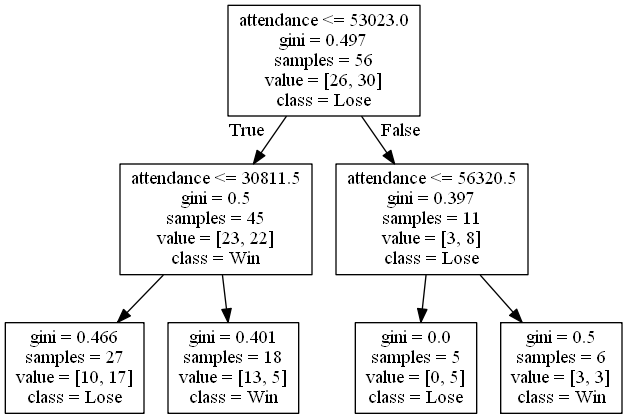
alexana-steck/CSE482Project keeps this Graphviz diagram as DecisionTrees/decision_tree_no_score0.png. Above is the earlier version. Its source is kept beside it as DecisionTrees/decision_tree_no_score0.dot. Source of this version:
```dot
digraph Tree {
node [shape=box] ;
0 [label="attendance <= 53023.0\ngini = 0.497\nsamples = 56\nvalue = [26, 30]\nclass = Lose"] ;
1 [label="attendance <= 30811.5\ngini = 0.5\nsamples = 45\nvalue = [23, 22]\nclass = Win"] ;
0 -> 1 [labeldistance=2.5, labelangle=45, headlabel="True"] ;
2 [label="gini = 0.466\nsamples = 27\nvalue = [10, 17]\nclass = Lose"] ;
1 -> 2 ;
3 [label="gini = 0.401\nsamples = 18\nvalue = [13, 5]\nclass = Win"] ;
1 -> 3 ;
4 [label="attendance <= 56320.5\ngini = 0.397\nsamples = 11\nvalue = [3, 8]\nclass = Lose"] ;
0 -> 4 [labeldistance=2.5, labelangle=-45, headlabel="False"] ;
5 [label="gini = 0.0\nsamples = 5\nvalue = [0, 5]\nclass = Lose"] ;
4 -> 5 ;
6 [label="gini = 0.5\nsamples = 6\nvalue = [3, 3]\nclass = Win"] ;
4 -> 6 ;
}
```
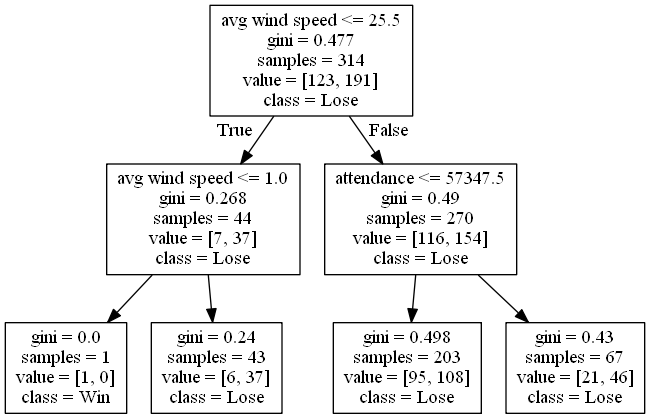
Later version of the same file.

What changed in the source:
```diff
@@ -1,16 +1,16 @@
 digraph Tree {
 node [shape=box] ;
-0 [label="attendance <= 53023.0\ngini = 0.497\nsamples = 56\nvalue = [26, 30]\nclass = Lose"] ;
-1 [label="attendance <= 30811.5\ngini = 0.5\nsamples = 45\nvalue = [23, 22]\nclass = Win"] ;
+0 [label="avg wind speed <= 25.5\ngini = 0.477\nsamples = 314\nvalue = [123, 191]\nclass = Lose"] ;
+1 [label="avg wind speed <= 1.0\ngini = 0.268\nsamples = 44\nvalue = [7, 37]\nclass = Lose"] ;
 0 -> 1 [labeldistance=2.5, labelangle=45, headlabel="True"] ;
-2 [label="gini = 0.466\nsamples = 27\nvalue = [10, 17]\nclass = Lose"] ;
+2 [label="gini = 0.0\nsamples = 1\nvalue = [1, 0]\nclass = Win"] ;
 1 -> 2 ;
-3 [label="gini = 0.401\nsamples = 18\nvalue = [13, 5]\nclass = Win"] ;
+3 [label="gini = 0.24\nsamples = 43\nvalue = [6, 37]\nclass = Lose"] ;
 1 -> 3 ;
-4 [label="attendance <= 56320.5\ngini = 0.397\nsamples = 11\nvalue = [3, 8]\nclass = Lose"] ;
+4 [label="attendance <= 57347.5\ngini = 0.49\nsamples = 270\nvalue = [116, 154]\nclass = Lose"] ;
 0 -> 4 [labeldistance=2.5, labelangle=-45, headlabel="False"] ;
-5 [label="gini = 0.0\nsamples = 5\nvalue = [0, 5]\nclass = Lose"] ;
+5 [label="gini = 0.498\nsamples = 203\nvalue = [95, 108]\nclass = Lose"] ;
 4 -> 5 ;
-6 [label="gini = 0.5\nsamples = 6\nvalue = [3, 3]\nclass = Win"] ;
+6 [label="gini = 0.43\nsamples = 67\nvalue = [21, 46]\nclass = Lose"] ;
 4 -> 6 ;
 }
```
